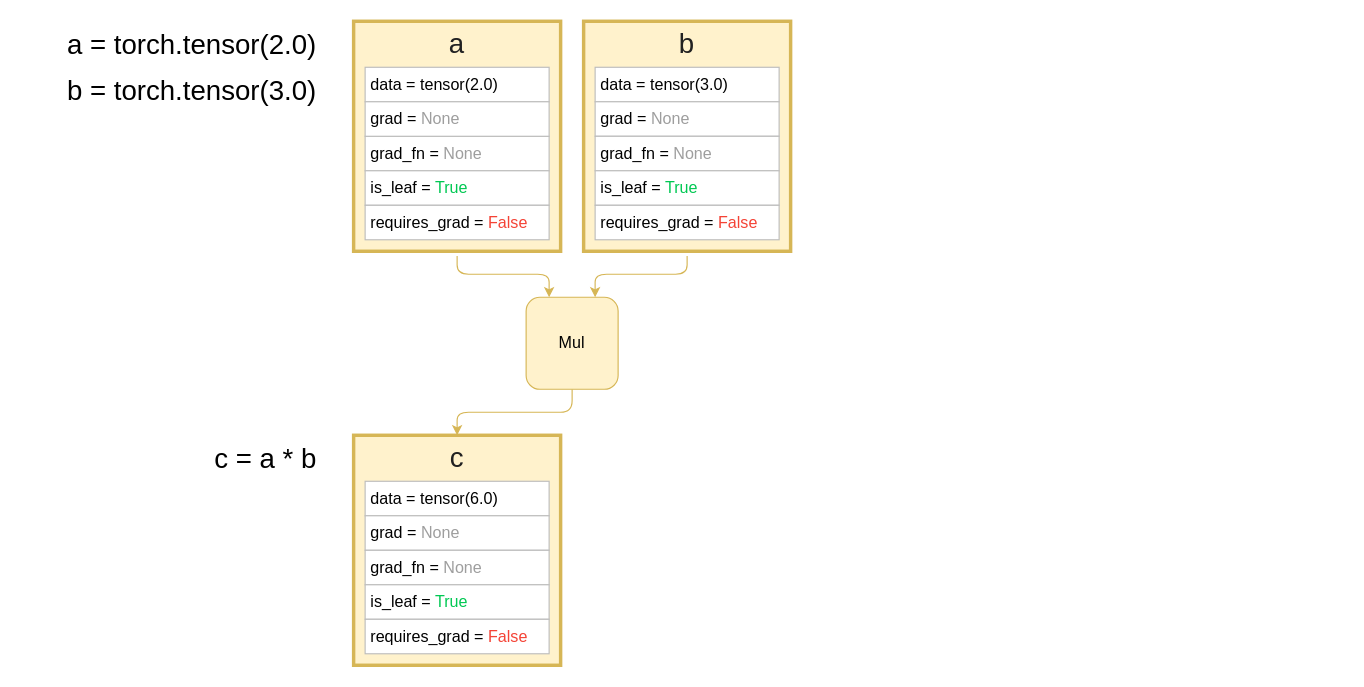
Above: pytorch.drawio in Rattokun/ModelRep (draw.io), before the change. Source tidied: cells renumbered, new cells numbered last; positions are measured from the earlier drawing's top-left corner, leaving out a move shared by most shapes. Both pictures are drawn from the tidied source at 115%, with x=0, y=0 at pixel (20, 21).
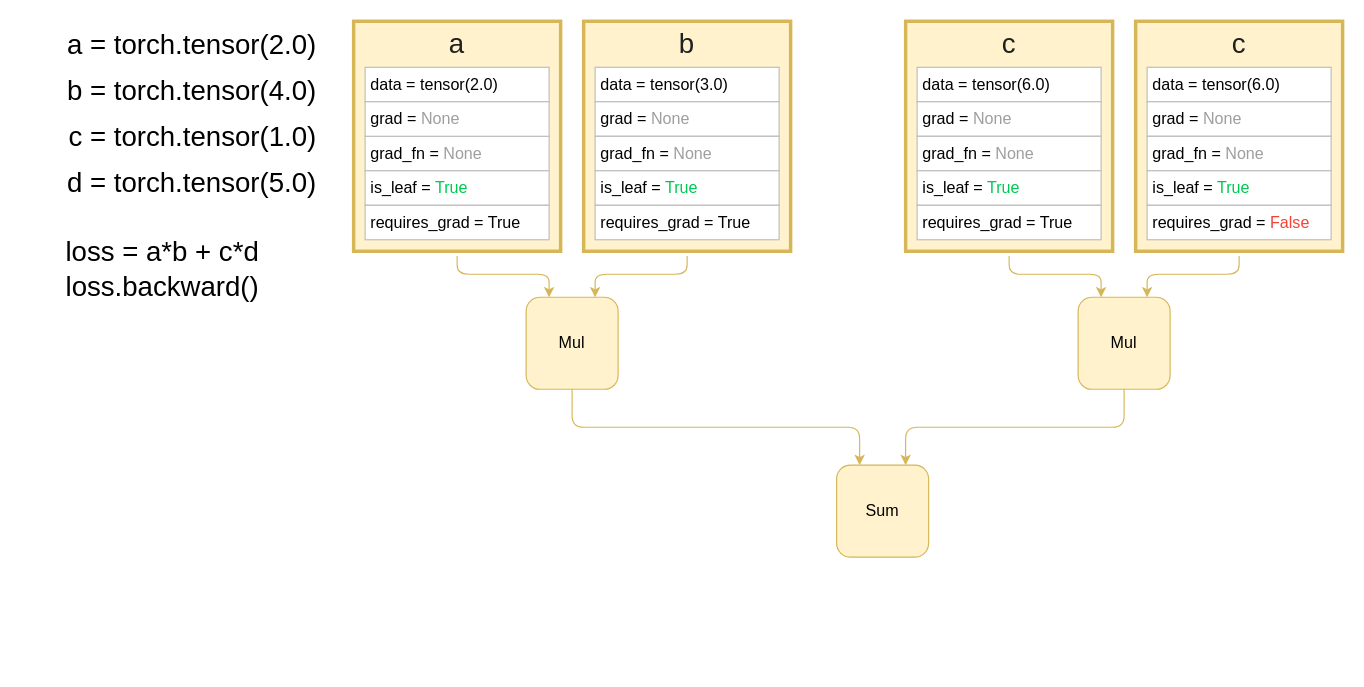
The same page after the edit.

Unchanged cells that the change refers to:
```xml
<mxCell id="12" style="rounded=1;whiteSpace=wrap;html=1;strokeColor=#d6b656;strokeWidth=1;fillColor=#fff2cc;fontSize=14;align=right;" parent="1" vertex="1">
  <mxGeometry x="440" y="240" width="80" height="80" as="geometry" />
</mxCell>
<mxCell id="23" style="group;" parent="1" vertex="1">
  <mxGeometry x="290" width="180" height="200" as="geometry" />
</mxCell>
```

What changed in the source:
```diff
@@
-    <mxCell id="4" value="c = a * b&lt;br style=&quot;font-size: 24px&quot;&gt;" style="text;html=1;strokeColor=none;fillColor=none;align=right;verticalAlign=top;whiteSpace=wrap;rounded=0;fontSize=24;spacing=2;fontColor=#000000;" parent="1" vertex="1">
-      <mxGeometry y="360" width="260" height="40" as="geometry" />
-    </mxCell>
     <mxCell id="5" style="rounded=0;whiteSpace=wrap;html=1;fillColor=#fff2cc;strokeColor=#d6b656;glass=0;comic=0;shadow=0;strokeWidth=3;perimeterSpacing=4;" parent="1" vertex="1">
-      <mxGeometry x="290" y="360" width="180" height="200" as="geometry" />
+      <mxGeometry x="770" width="180" height="200" as="geometry" />
     </mxCell>
     <mxCell id="6" value="&lt;div style=&quot;text-align: justify ; font-size: 14px&quot;&gt;data = tensor(6.0)&lt;/div&gt;" style="rounded=0;whiteSpace=wrap;html=1;align=left;fontSize=14;fillColor=#ffffff;strokeColor=#BDBDBD;fontColor=#000000;perimeterSpacing=0;labelBorderColor=none;spacing=5;spacingLeft=0;" parent="1" vertex="1">
-      <mxGeometry x="300" y="400" width="160" height="30" as="geometry" />
+      <mxGeometry x="780" y="40" width="160" height="30" as="geometry" />
     </mxCell>
     <mxCell id="7" value="&lt;div style=&quot;text-align: justify ; font-size: 14px&quot;&gt;grad = &lt;font color=&quot;#9e9e9e&quot;&gt;None&lt;/font&gt;&lt;br&gt;&lt;/div&gt;" style="rounded=0;whiteSpace=wrap;html=1;align=left;fontSize=14;fillColor=#ffffff;strokeColor=#BDBDBD;perimeterSpacing=0;labelBorderColor=none;spacing=5;spacingLeft=0;" parent="1" vertex="1">
-      <mxGeometry x="300" y="430" width="160" height="30" as="geometry" />
+      <mxGeometry x="780" y="70" width="160" height="30" as="geometry" />
     </mxCell>
     <mxCell id="8" value="&lt;div style=&quot;text-align: center ; font-size: 24px&quot;&gt;c&lt;/div&gt;" style="rounded=1;whiteSpace=wrap;html=1;align=center;strokeColor=none;fontSize=24;fillColor=none;fontColor=#212121;" parent="1" vertex="1">
-      <mxGeometry x="320" y="360" width="120" height="40" as="geometry" />
+      <mxGeometry x="800" width="120" height="40" as="geometry" />
     </mxCell>
     <mxCell id="9" value="&lt;div style=&quot;text-align: justify ; font-size: 14px&quot;&gt;grad_fn = &lt;font color=&quot;#9e9e9e&quot;&gt;None&lt;/font&gt;&lt;br&gt;&lt;/div&gt;" style="rounded=0;whiteSpace=wrap;html=1;align=left;fontSize=14;verticalAlign=middle;fillColor=#ffffff;strokeColor=#BDBDBD;perimeterSpacing=0;labelBorderColor=none;spacing=5;spacingLeft=0;" parent="1" vertex="1">
-      <mxGeometry x="300" y="460" width="160" height="30" as="geometry" />
+      <mxGeometry x="780" y="100" width="160" height="30" as="geometry" />
     </mxCell>
     <mxCell id="10" value="&lt;div style=&quot;text-align: justify ; font-size: 14px&quot;&gt;is_leaf = &lt;font color=&quot;#00c853&quot;&gt;True&lt;/font&gt;&lt;br&gt;&lt;/div&gt;" style="rounded=0;whiteSpace=wrap;html=1;align=left;fontSize=14;verticalAlign=middle;fillColor=#ffffff;strokeColor=#BDBDBD;perimeterSpacing=0;labelBorderColor=none;spacing=5;spacingLeft=0;" parent="1" vertex="1">
-      <mxGeometry x="300" y="490" width="160" height="30" as="geometry" />
+      <mxGeometry x="780" y="130" width="160" height="30" as="geometry" />
     </mxCell>
-    <mxCell id="11" style="edgeStyle=orthogonalEdgeStyle;comic=0;html=1;entryX=0.5;entryY=0;shadow=0;startArrow=none;startFill=0;jettySize=auto;strokeColor=#d6b656;strokeWidth=1;fontSize=14;fontColor=#000000;fillColor=#fff2cc;rounded=1;" parent="1" edge="1" source="12" target="8">
-      <mxGeometry relative="1" as="geometry" />
-    </mxCell>
@@
-    <mxCell id="14" value="b = torch.tensor(3.0)&lt;br style=&quot;font-size: 24px&quot;&gt;" style="text;html=1;strokeColor=none;fillColor=none;align=right;verticalAlign=top;whiteSpace=wrap;rounded=0;fontSize=24;spacing=2;fontColor=#000000;" parent="1" vertex="1">
+    <mxCell id="14" value="b = torch.tensor(4.0)" style="text;html=1;strokeColor=none;fillColor=none;align=right;verticalAlign=top;whiteSpace=wrap;rounded=0;fontSize=24;spacing=2;fontColor=#000000;" parent="1" vertex="1">
       <mxGeometry y="40" width="260" height="40" as="geometry" />
     </mxCell>
@@
-    <mxCell id="22" value="&lt;div style=&quot;text-align: justify ; font-size: 14px&quot;&gt;&lt;span style=&quot;font-size: 14px&quot;&gt;requires_grad = &lt;font color=&quot;#f44336&quot;&gt;False&lt;/font&gt;&lt;/span&gt;&lt;/div&gt;" style="rounded=0;whiteSpace=wrap;html=1;align=left;fontSize=14;verticalAlign=middle;fillColor=#ffffff;strokeColor=#BDBDBD;perimeterSpacing=0;labelBorderColor=none;spacing=5;spacingLeft=0;" parent="1" vertex="1">
+    <mxCell id="22" value="&lt;div style=&quot;text-align: justify ; font-size: 14px&quot;&gt;&lt;span style=&quot;font-size: 14px&quot;&gt;requires_grad = True&lt;/span&gt;&lt;/div&gt;" style="rounded=0;whiteSpace=wrap;html=1;align=left;fontSize=14;verticalAlign=middle;fillColor=#ffffff;strokeColor=#BDBDBD;perimeterSpacing=0;labelBorderColor=none;spacing=5;spacingLeft=0;" parent="1" vertex="1">
       <mxGeometry x="500" y="160" width="160" height="30" as="geometry" />
     </mxCell>
@@
-    <mxCell id="28" value="&lt;div style=&quot;text-align: justify ; font-size: 14px&quot;&gt;&lt;span style=&quot;font-size: 14px&quot;&gt;requires_grad = &lt;font color=&quot;#f44336&quot;&gt;False&lt;/font&gt;&lt;/span&gt;&lt;/div&gt;" style="rounded=0;whiteSpace=wrap;html=1;align=left;fontSize=14;verticalAlign=middle;fillColor=#ffffff;strokeColor=#BDBDBD;perimeterSpacing=0;labelBorderColor=none;spacing=5;spacingLeft=0;" parent="23" vertex="1">
+    <mxCell id="28" value="&lt;div style=&quot;text-align: justify ; font-size: 14px&quot;&gt;&lt;span style=&quot;font-size: 14px&quot;&gt;requires_grad = True&lt;/span&gt;&lt;/div&gt;" style="rounded=0;whiteSpace=wrap;html=1;align=left;fontSize=14;verticalAlign=middle;fillColor=#ffffff;strokeColor=#BDBDBD;perimeterSpacing=0;labelBorderColor=none;spacing=5;spacingLeft=0;" parent="23" vertex="1">
       <mxGeometry x="10" y="160" width="160" height="30" as="geometry" />
     </mxCell>
@@
-    <mxCell id="32" value="&lt;div style=&quot;text-align: justify ; font-size: 14px&quot;&gt;&lt;span style=&quot;font-size: 14px&quot;&gt;requires_grad = &lt;font color=&quot;#f44336&quot;&gt;False&lt;/font&gt;&lt;/span&gt;&lt;/div&gt;" style="rounded=0;whiteSpace=wrap;html=1;align=left;fontSize=14;verticalAlign=middle;fillColor=#ffffff;strokeColor=#BDBDBD;perimeterSpacing=0;labelBorderColor=none;spacing=5;spacingLeft=0;" parent="1" vertex="1">
-      <mxGeometry x="300" y="520" width="160" height="30" as="geometry" />
+    <mxCell id="32" value="&lt;div style=&quot;text-align: justify ; font-size: 14px&quot;&gt;&lt;span style=&quot;font-size: 14px&quot;&gt;requires_grad = True&lt;/span&gt;&lt;/div&gt;" style="rounded=0;whiteSpace=wrap;html=1;align=left;fontSize=14;verticalAlign=middle;fillColor=#ffffff;strokeColor=#BDBDBD;perimeterSpacing=0;labelBorderColor=none;spacing=5;spacingLeft=0;" parent="1" vertex="1">
+      <mxGeometry x="780" y="160" width="160" height="30" as="geometry" />
     </mxCell>
+    <mxCell id="33" style="rounded=0;whiteSpace=wrap;html=1;fillColor=#fff2cc;strokeColor=#d6b656;glass=0;comic=0;shadow=0;strokeWidth=3;perimeterSpacing=4;" parent="1" vertex="1">
+      <mxGeometry x="970" width="180" height="200" as="geometry" />
+    </mxCell>
+    <mxCell id="34" value="&lt;div style=&quot;text-align: justify ; font-size: 14px&quot;&gt;data = tensor(6.0)&lt;/div&gt;" style="rounded=0;whiteSpace=wrap;html=1;align=left;fontSize=14;fillColor=#ffffff;strokeColor=#BDBDBD;fontColor=#000000;perimeterSpacing=0;labelBorderColor=none;spacing=5;spacingLeft=0;" parent="1" vertex="1">
+      <mxGeometry x="980" y="40" width="160" height="30" as="geometry" />
+    </mxCell>
+    <mxCell id="35" value="&lt;div style=&quot;text-align: justify ; font-size: 14px&quot;&gt;grad = &lt;font color=&quot;#9e9e9e&quot;&gt;None&lt;/font&gt;&lt;br&gt;&lt;/div&gt;" style="rounded=0;whiteSpace=wrap;html=1;align=left;fontSize=14;fillColor=#ffffff;strokeColor=#BDBDBD;perimeterSpacing=0;labelBorderColor=none;spacing=5;spacingLeft=0;" parent="1" vertex="1">
+      <mxGeometry x="980" y="70" width="160" height="30" as="geometry" />
+    </mxCell>
+    <mxCell id="36" value="&lt;div style=&quot;text-align: center ; font-size: 24px&quot;&gt;c&lt;/div&gt;" style="rounded=1;whiteSpace=wrap;html=1;align=center;strokeColor=none;fontSize=24;fillColor=none;fontColor=#212121;" parent="1" vertex="1">
+      <mxGeometry x="1000" width="120" height="40" as="geometry" />
+    </mxCell>
+    <mxCell id="37" value="&lt;div style=&quot;text-align: justify ; font-size: 14px&quot;&gt;grad_fn = &lt;font color=&quot;#9e9e9e&quot;&gt;None&lt;/font&gt;&lt;br&gt;&lt;/div&gt;" style="rounded=0;whiteSpace=wrap;html=1;align=left;fontSize=14;verticalAlign=middle;fillColor=#ffffff;strokeColor=#BDBDBD;perimeterSpacing=0;labelBorderColor=none;spacing=5;spacingLeft=0;" parent="1" vertex="1">
+      <mxGeometry x="980" y="100" width="160" height="30" as="geometry" />
+    </mxCell>
+    <mxCell id="38" value="&lt;div style=&quot;text-align: justify ; font-size: 14px&quot;&gt;is_leaf = &lt;font color=&quot;#00c853&quot;&gt;True&lt;/font&gt;&lt;br&gt;&lt;/div&gt;" style="rounded=0;whiteSpace=wrap;html=1;align=left;fontSize=14;verticalAlign=middle;fillColor=#ffffff;strokeColor=#BDBDBD;perimeterSpacing=0;labelBorderColor=none;spacing=5;spacingLeft=0;" parent="1" vertex="1">
+      <mxGeometry x="980" y="130" width="160" height="30" as="geometry" />
+    </mxCell>
+    <mxCell id="39" value="&lt;div style=&quot;text-align: justify ; font-size: 14px&quot;&gt;&lt;span style=&quot;font-size: 14px&quot;&gt;requires_grad = &lt;font color=&quot;#f44336&quot;&gt;False&lt;/font&gt;&lt;/span&gt;&lt;/div&gt;" style="rounded=0;whiteSpace=wrap;html=1;align=left;fontSize=14;verticalAlign=middle;fillColor=#ffffff;strokeColor=#BDBDBD;perimeterSpacing=0;labelBorderColor=none;spacing=5;spacingLeft=0;" parent="1" vertex="1">
+      <mxGeometry x="980" y="160" width="160" height="30" as="geometry" />
+    </mxCell>
+    <mxCell id="40" value="c = torch.tensor(1.0)" style="text;html=1;strokeColor=none;fillColor=none;align=right;verticalAlign=top;whiteSpace=wrap;rounded=0;fontSize=24;spacing=2;fontColor=#000000;" parent="1" vertex="1">
+      <mxGeometry y="80" width="260" height="40" as="geometry" />
+    </mxCell>
+    <mxCell id="41" value="d = torch.tensor(5.0)" style="text;html=1;strokeColor=none;fillColor=none;align=right;verticalAlign=top;whiteSpace=wrap;rounded=0;fontSize=24;spacing=2;fontColor=#000000;" parent="1" vertex="1">
+      <mxGeometry y="120" width="260" height="40" as="geometry" />
+    </mxCell>
+    <mxCell id="42" style="edgeStyle=orthogonalEdgeStyle;comic=0;html=1;entryX=0.25;entryY=0;shadow=0;startArrow=none;startFill=0;jettySize=auto;strokeColor=#d6b656;strokeWidth=1;fontSize=14;fontColor=#000000;fillColor=#fff2cc;rounded=1;exitX=0.5;exitY=1;exitDx=0;exitDy=0;" parent="1" edge="1" source="5" target="43">
+      <mxGeometry relative="1" as="geometry" />
+    </mxCell>
+    <mxCell id="43" style="rounded=1;whiteSpace=wrap;html=1;strokeColor=#d6b656;strokeWidth=1;fillColor=#fff2cc;fontSize=14;align=right;" parent="1" vertex="1">
+      <mxGeometry x="920" y="240" width="80" height="80" as="geometry" />
+    </mxCell>
+    <mxCell id="44" value="Mul&lt;br&gt;" style="text;html=1;strokeColor=none;fillColor=none;align=center;verticalAlign=middle;whiteSpace=wrap;rounded=0;fontSize=14;" parent="1" vertex="1">
+      <mxGeometry x="920" y="260" width="80" height="40" as="geometry" />
+    </mxCell>
+    <mxCell id="45" style="edgeStyle=orthogonalEdgeStyle;comic=0;html=1;entryX=0.75;entryY=0;shadow=0;startArrow=none;startFill=0;jettySize=auto;strokeColor=#d6b656;strokeWidth=1;fontSize=14;fontColor=#000000;fillColor=#fff2cc;rounded=1;exitX=0.5;exitY=1;exitDx=0;exitDy=0;" parent="1" edge="1" source="33" target="43">
+      <mxGeometry relative="1" as="geometry" />
+    </mxCell>
+    <mxCell id="46" value="loss = a*b + c*d" style="text;html=1;strokeColor=none;fillColor=none;align=right;verticalAlign=top;whiteSpace=wrap;rounded=0;fontSize=24;spacing=2;fontColor=#000000;" parent="1" vertex="1">
+      <mxGeometry x="30" y="180" width="180" height="40" as="geometry" />
+    </mxCell>
+    <mxCell id="47" value="loss.backward()" style="text;html=1;strokeColor=none;fillColor=none;align=right;verticalAlign=top;whiteSpace=wrap;rounded=0;fontSize=24;spacing=2;fontColor=#000000;" parent="1" vertex="1">
+      <mxGeometry x="40" y="210" width="170" height="40" as="geometry" />
+    </mxCell>
+    <mxCell id="48" style="edgeStyle=orthogonalEdgeStyle;comic=0;html=1;entryX=0.25;entryY=0;shadow=0;startArrow=none;startFill=0;jettySize=auto;strokeColor=#d6b656;strokeWidth=1;fontSize=14;fontColor=#000000;fillColor=#fff2cc;rounded=1;exitX=0.5;exitY=1;exitDx=0;exitDy=0;" parent="1" edge="1" source="12" target="49">
+      <mxGeometry relative="1" as="geometry" />
+    </mxCell>
+    <mxCell id="49" style="rounded=1;whiteSpace=wrap;html=1;strokeColor=#d6b656;strokeWidth=1;fillColor=#fff2cc;fontSize=14;align=right;" parent="1" vertex="1">
+      <mxGeometry x="710" y="386" width="80" height="80" as="geometry" />
+    </mxCell>
+    <mxCell id="50" value="Sum" style="text;html=1;strokeColor=none;fillColor=none;align=center;verticalAlign=middle;whiteSpace=wrap;rounded=0;fontSize=14;" parent="1" vertex="1">
+      <mxGeometry x="710" y="406" width="80" height="40" as="geometry" />
+    </mxCell>
+    <mxCell id="51" style="edgeStyle=orthogonalEdgeStyle;comic=0;html=1;entryX=0.75;entryY=0;shadow=0;startArrow=none;startFill=0;jettySize=auto;strokeColor=#d6b656;strokeWidth=1;fontSize=14;fontColor=#000000;fillColor=#fff2cc;rounded=1;exitX=0.5;exitY=1;exitDx=0;exitDy=0;" parent="1" edge="1" source="43" target="49">
+      <mxGeometry relative="1" as="geometry" />
+    </mxCell>
```
